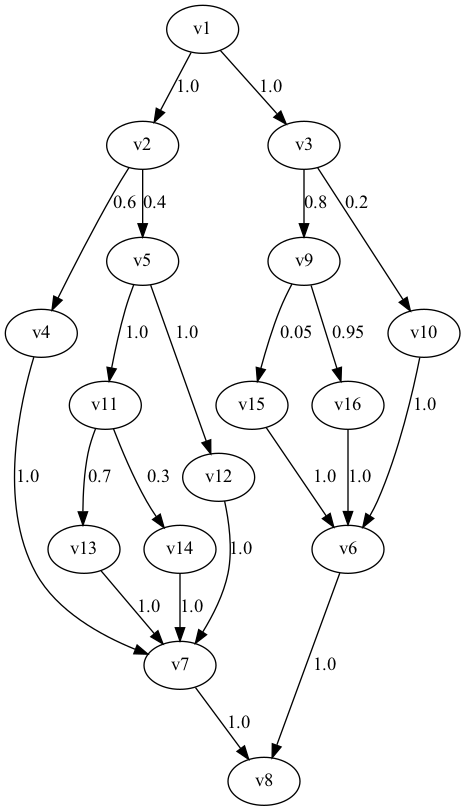
This is src/main/resources/app_graph_pictures/APP16.png from StudentWwg/Serverless-Workflow-Modeling-Optimization, a Graphviz export, as it was before one commit. Its source is kept beside it as src/main/resources/dot_file/APP16.dot.
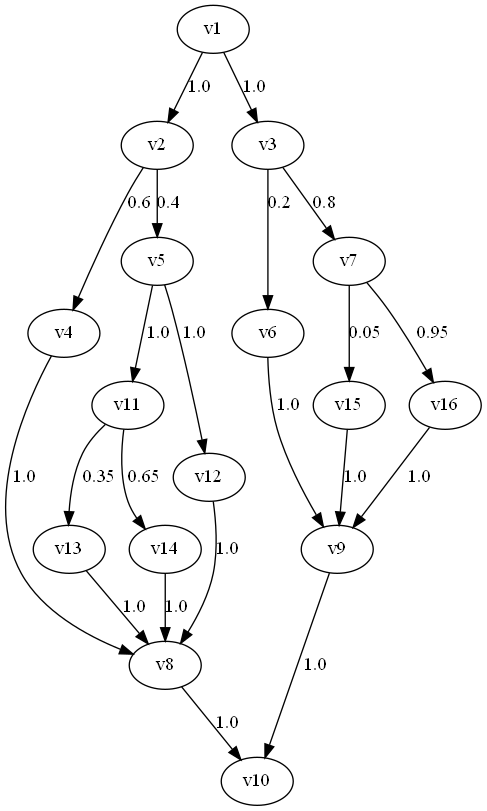
After the change.

Change to the diagram source:
```diff
@@ -19,21 +19,21 @@
 v1 -> v3 [label=1.0];
 v2 -> v4 [label=0.6];
 v2 -> v5 [label=0.4];
-v4 -> v7 [label=1.0];
+v4 -> v8 [label=1.0];
+v5 -> v11 [label=1.0];
 v5 -> v12 [label=1.0];
-v12 -> v7 [label=1.0];
-v5 -> v11 [label=1.0];
-v11 -> v14 [label=0.3];
-v11 -> v13 [label=0.7];
-v14 -> v7 [label=1.0];
-v13 -> v7 [label=1.0];
-v3 -> v10 [label=0.2];
-v3 -> v9 [label=0.8];
-v10 -> v6 [label=1.0];
-v9 -> v16 [label=0.95];
-v9 -> v15 [label=0.05];
-v16 -> v6 [label=1.0];
-v15 -> v6 [label=1.0];
-v6 -> v8 [label=1.0];
-v7 -> v8 [label=1.0];
+v11 -> v13 [label=0.35];
+v11 -> v14 [label=0.65];
+v13 -> v8 [label=1.0];
+v14 -> v8 [label=1.0];
+v12 -> v8 [label=1.0];
+v3 -> v7 [label=0.8];
+v3 -> v6 [label=0.2];
+v6 -> v9 [label=1.0];
+v7 -> v15 [label=0.05];
+v7 -> v16 [label=0.95];
+v15 -> v9 [label=1.0];
+v16 -> v9 [label=1.0];
+v8 -> v10 [label=1.0];
+v9 -> v10 [label=1.0];
 }
```
